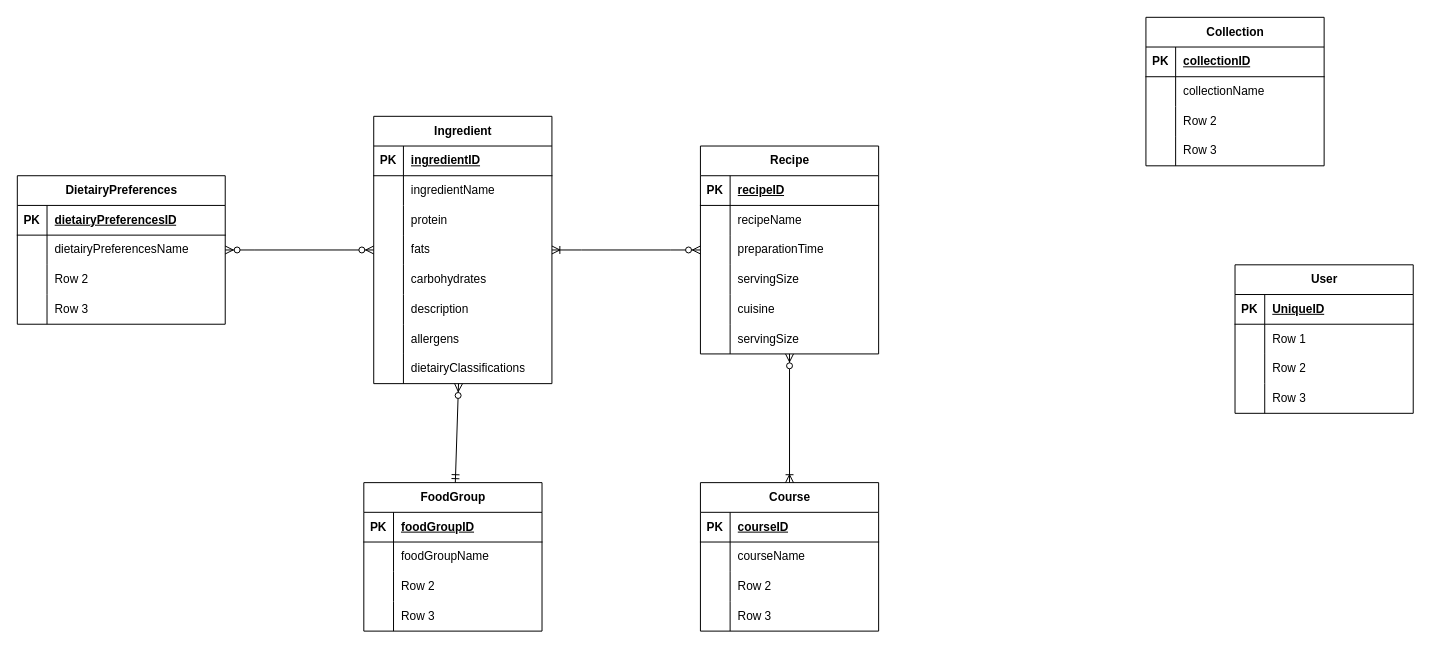
The draw.io diagram ctrlalteat/src/main/projectDocuments/CtrlAltEat.drawio in C13-MIWNN/Project1_Many-2-One, before the edit. Source tidied: cells renumbered, new cells numbered last; positions are measured from the earlier drawing's top-left corner, leaving out a move shared by most shapes. Both pictures are drawn from the tidied source at 99%, with x=0, y=0 at pixel (17, 17).
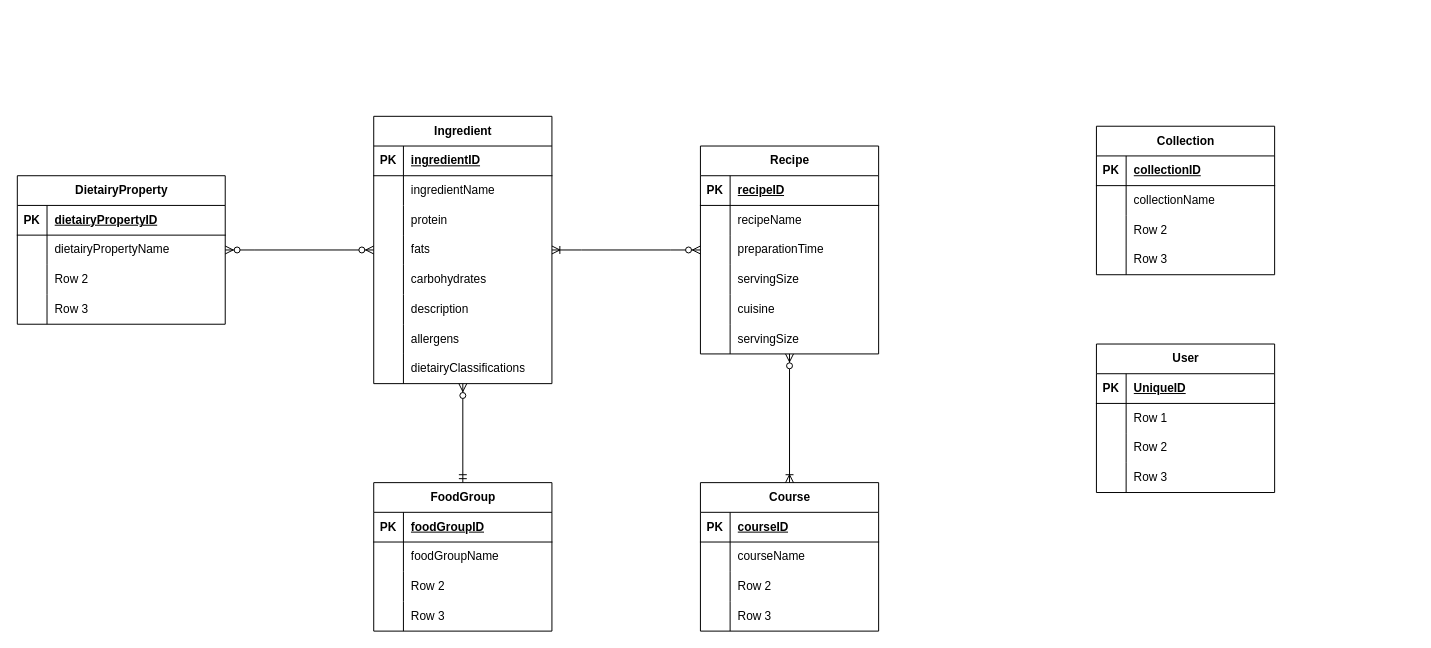
The same page after the edit.

The change refers to these unchanged cells:
```xml
<mxCell id="102" style="shape=tableRow;horizontal=0;startSize=0;swimlaneHead=0;swimlaneBody=0;fillColor=none;top=0;left=0;right=0;bottom=1;" parent="101" vertex="1">
  <mxGeometry y="30" width="210" height="30" as="geometry" />
</mxCell>
<mxCell id="105" style="shape=tableRow;horizontal=0;startSize=0;swimlaneHead=0;swimlaneBody=0;fillColor=none;top=0;left=0;right=0;bottom=0;" parent="101" vertex="1">
  <mxGeometry y="60" width="210" height="30" as="geometry" />
</mxCell>
```

Diff of the diagram source:
```diff
@@
     <mxCell id="2" value="User" style="shape=table;startSize=30;childLayout=tableLayout;rowLines=0;fontStyle=1;align=center;html=1;" parent="1" vertex="1">
-      <mxGeometry x="1230" y="250" width="180" height="150" as="geometry" />
+      <mxGeometry x="1090" y="330" width="180" height="150" as="geometry" />
     </mxCell>
@@
     <mxCell id="60" value="Collection" style="shape=table;startSize=30;childLayout=tableLayout;rowLines=0;fontStyle=1;align=center;html=1;" parent="1" vertex="1">
-      <mxGeometry x="1140" width="180" height="150" as="geometry" />
+      <mxGeometry x="1090" y="110" width="180" height="150" as="geometry" />
     </mxCell>
@@
     <mxCell id="73" value="FoodGroup" style="shape=table;startSize=30;childLayout=tableLayout;rowLines=0;fontStyle=1;align=center;html=1;" parent="1" vertex="1">
-      <mxGeometry x="350" y="470" width="180" height="150" as="geometry" />
+      <mxGeometry x="360" y="470" width="180" height="150" as="geometry" />
     </mxCell>
@@
-    <mxCell id="101" value="DietairyPreferences" style="shape=table;startSize=30;childLayout=tableLayout;rowLines=0;fontStyle=1;align=center;html=1;" parent="1" vertex="1">
+    <mxCell id="101" value="DietairyProperty" style="shape=table;startSize=30;childLayout=tableLayout;rowLines=0;fontStyle=1;align=center;html=1;" parent="1" vertex="1">
       <mxGeometry y="160" width="210" height="150" as="geometry" />
     </mxCell>
@@
-    <mxCell id="104" value="dietairyPreferencesID" style="shape=partialRectangle;fillColor=none;top=0;left=0;bottom=0;right=0;align=left;spacingLeft=6;fontStyle=5;overflow=hidden;whiteSpace=wrap;html=1;" parent="102" vertex="1">
+    <mxCell id="104" value="dietairyPropertyID" style="shape=partialRectangle;fillColor=none;top=0;left=0;bottom=0;right=0;align=left;spacingLeft=6;fontStyle=5;overflow=hidden;whiteSpace=wrap;html=1;" parent="102" vertex="1">
       <mxGeometry x="30" width="180" height="30" as="geometry" />
     </mxCell>
@@
-    <mxCell id="107" value="dietairyPreferencesName" style="shape=partialRectangle;fillColor=none;top=0;left=0;bottom=0;right=0;align=left;spacingLeft=6;overflow=hidden;whiteSpace=wrap;html=1;" parent="105" vertex="1">
+    <mxCell id="107" value="dietairyPropertyName" style="shape=partialRectangle;fillColor=none;top=0;left=0;bottom=0;right=0;align=left;spacingLeft=6;overflow=hidden;whiteSpace=wrap;html=1;" parent="105" vertex="1">
       <mxGeometry x="30" width="180" height="30" as="geometry" />
     </mxCell>
```
